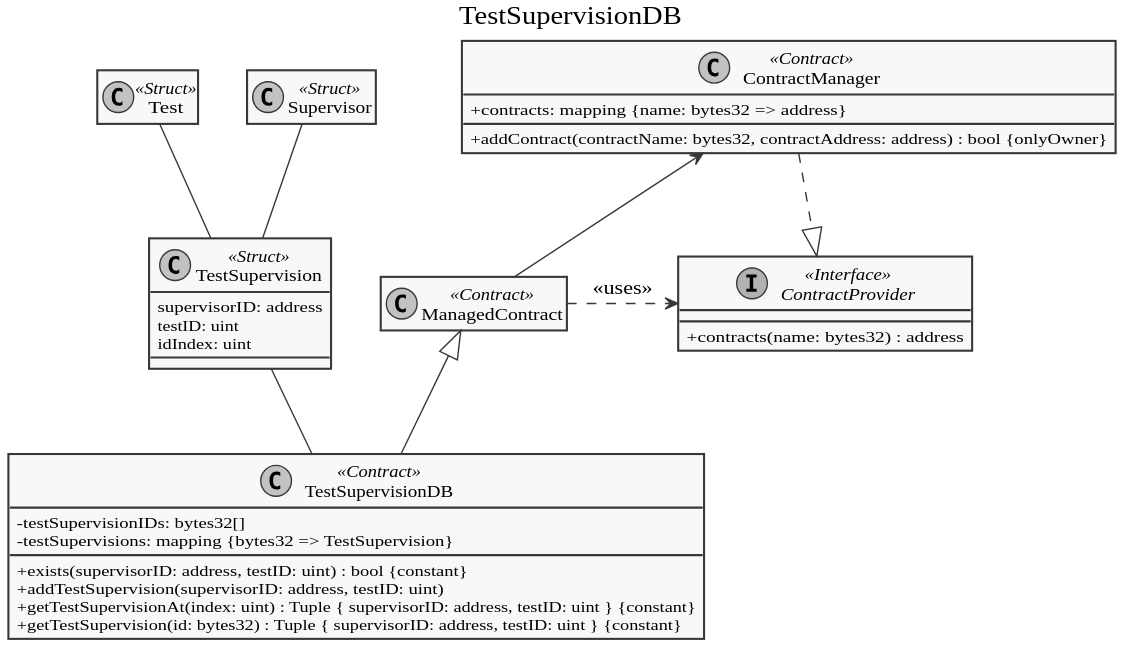
Above: doc/diagrams/export/contracts/testsupervisiondb.svg in dev-tee/blockpass (PlantUML), before the change.
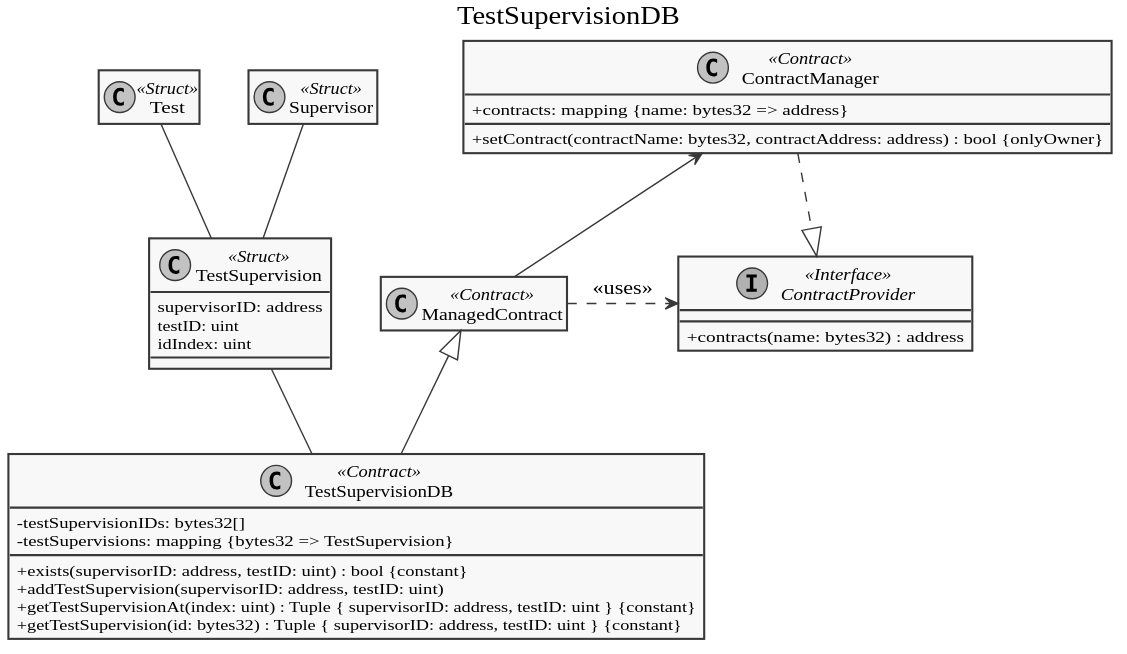
The same file after the commit.

Change to the diagram source:
```diff
@@ -36,7 +36,7 @@
 
 class ContractManager << Contract >> {
   +contracts: mapping {name: bytes32 => address}
-  +addContract(contractName: bytes32, contractAddress: address) : bool {onlyOwner}
+  +setContract(contractName: bytes32, contractAddress: address) : bool {onlyOwner}
 }
 
 ContractManager -up-|> Owned
@@ -65,8 +65,8 @@
 title SupervisorDB
 
 class Supervisor << Struct >> {
-  name: bytes32
-  uaccountID: bytes32
+  name: string
+  uaccountID: string
   index: uint
   courseSupervisionIDs: bytes32[]
   testSupervisionIDs: bytes32[]
@@ -78,9 +78,9 @@
   -supervisors: mapping {address => Supervisor}
   __
   +isSupervisor(account: address) : bool {constant}
-  +addSupervisor(account: address, name: bytes32, uaccountID: bytes32)
-  +getSupervisor(account: address) : Tuple { name: bytes32, uaccountID: bytes32 } {constant}
-  +getSupervisorAt(index: uint) : Tuple { name: bytes32, uaccountID: bytes32 } {constant}
+  +addSupervisor(account: address, name: string, uaccountID: string)
+  +getSupervisor(account: address) : Tuple { name: string, uaccountID: string } {constant}
+  +getSupervisorAt(index: uint) : Tuple { name: string, uaccountID: string } {constant}
   +getNumSupervisors() : uint {constant}
   .. Setter for combined values ..
   +addCourseSupervisionID(account: address, id: bytes32) {permission: "coursesupervisiondb"}
@@ -102,8 +102,8 @@
 
 class Course << Struct >> {
   description: string
+  name: string
   ectsPoints: uint
-  name: bytes32
   assignmentIDs: uint[]
   testIDs: uint[]
   courseParticipationIDs: bytes32[]
@@ -113,8 +113,8 @@
 class CourseDB << Contract >> {
   -courses: Course[]
   __
-  +addCourse(description: string, name: bytes32, ectsPoints: uint) : uint
-  +getCourse(id: uint) : Tuple { description: string, name: bytes32, ectsPoints: uint } {constant}
+  +addCourse(description: string, name: string, ectsPoints: uint) : uint
+  +getCourse(id: uint) : Tuple { description: string, name: string, ectsPoints: uint } {constant}
   +getNumCourses() : uint {constant}
   .. Setter for combined values ..
   +addCourseParticipationID(courseID: uint, id: bytes32) {permission: "courseparticipationdb" }
@@ -133,6 +133,7 @@
 
 class Test << Struct >> {
   description: string
+  name: string
   maxPoints: uint
   dueDate: uint
   courseID: uint
@@ -144,8 +145,8 @@
 class TestDB << Contract >> {
   -tests: Test[]
   __
-  +addTest(description: string, maxPoints: uint, dueDate: uint, courseID: uint) : uint
-  +getTest(id: uint) : Tuple { description: string, maxPoints: uint, dueDate: uint, courseID: uint } {constant}
+  +addTest(description: string, name: string, maxPoints: uint, dueDate: uint, courseID: uint) : uint
+  +getTest(id: uint) : Tuple { description: string, name: string, maxPoints: uint, dueDate: uint, courseID: uint } {constant}
   +getNumTests() : uint {constant}
   .. Setter for combined values ..
   +addTestParticipationID(testID: uint, id: bytes32) {permission: "testparticipationdb"}
```
